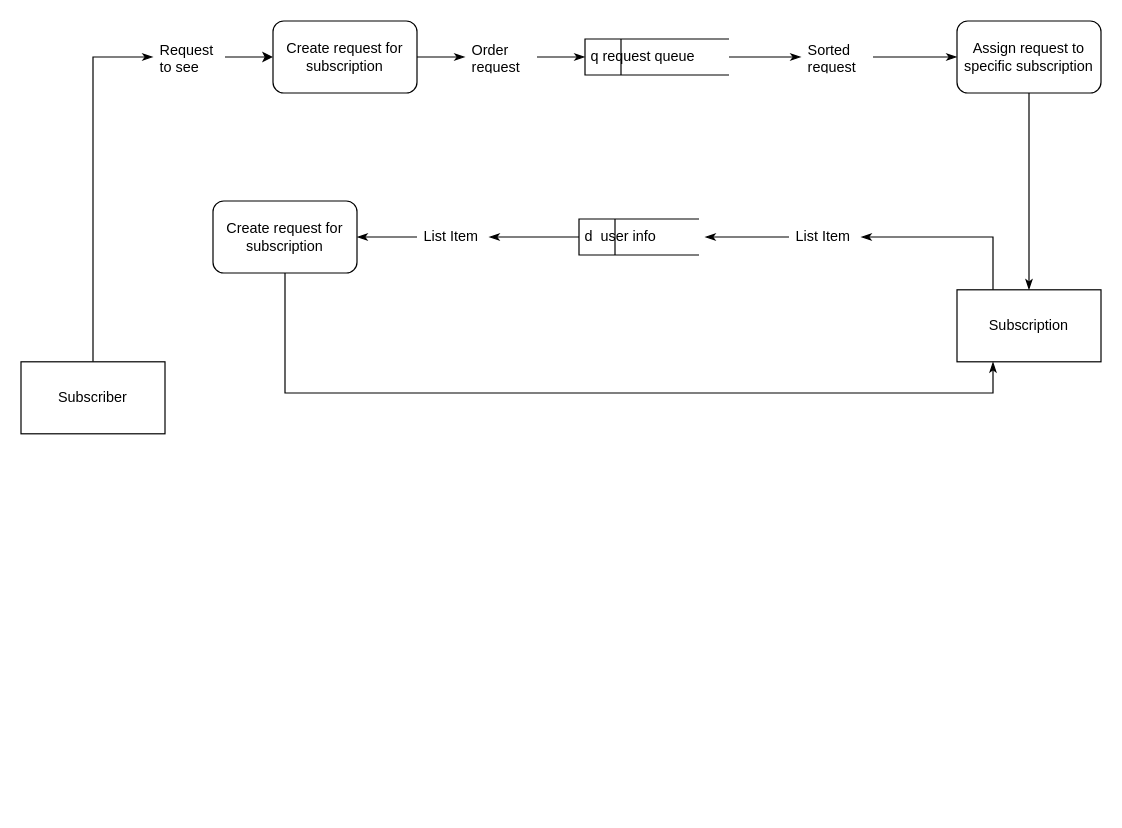
Earlier version of the draw.io diagram Untitled Diagram.drawio (harakiriboy/testrepo). Source tidied: cells renumbered, new cells numbered last; positions are measured from the earlier drawing's top-left corner, leaving out a move shared by most shapes. Both pictures are drawn from the tidied source at 120%, with x=0, y=0 at pixel (20, 20).
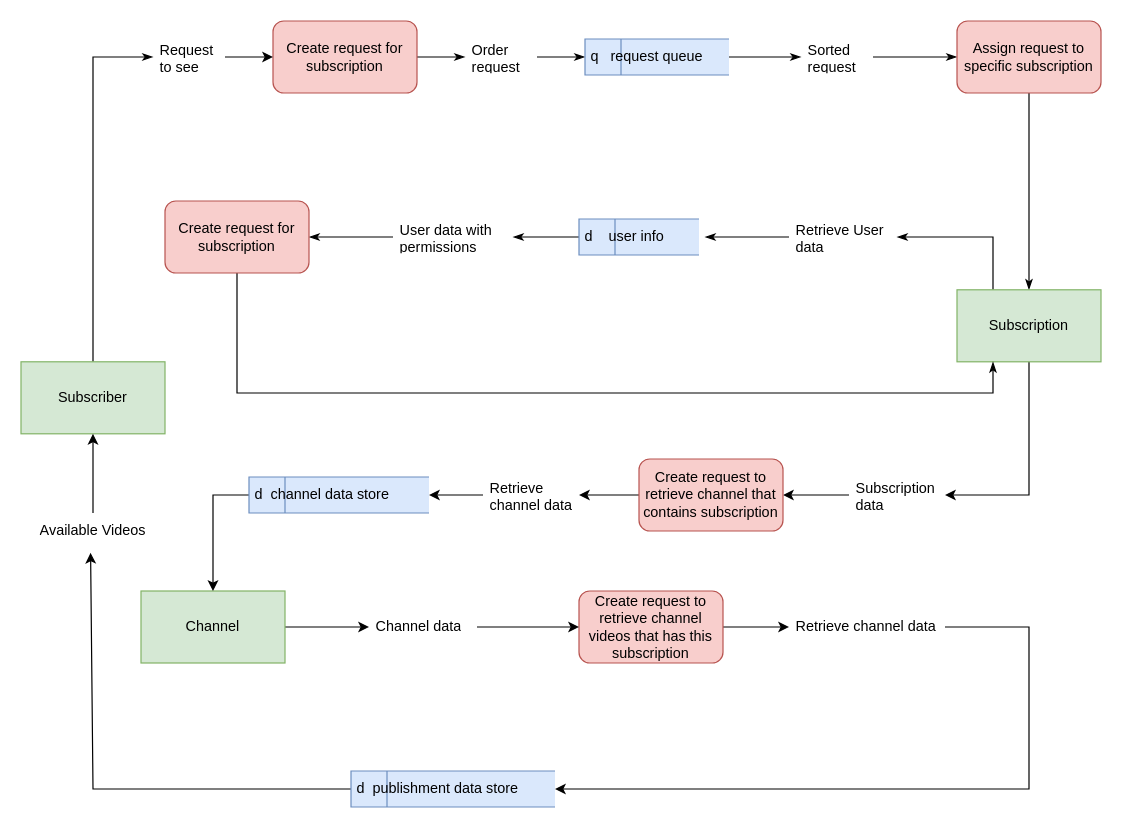
After the change.

The edit, as a diff of the source:
```diff
@@
-    <mxCell id="3" value="Subscriber" style="rounded=0;whiteSpace=wrap;html=1;" parent="1" vertex="1">
+    <mxCell id="3" value="Subscriber" style="rounded=0;whiteSpace=wrap;html=1;fillColor=#d5e8d4;strokeColor=#82b366;" parent="1" vertex="1">
       <mxGeometry y="284" width="120" height="60" as="geometry" />
     </mxCell>
@@
-    <mxCell id="5" value="Create request for subscription" style="rounded=1;whiteSpace=wrap;html=1;" parent="1" vertex="1">
+    <mxCell id="5" value="Create request for subscription" style="rounded=1;whiteSpace=wrap;html=1;fillColor=#f8cecc;strokeColor=#b85450;" parent="1" vertex="1">
       <mxGeometry x="210" width="120" height="60" as="geometry" />
     </mxCell>
@@
-    <mxCell id="13" value="q&lt;span style=&quot;white-space: pre;&quot;&gt; &lt;/span&gt;request queue" style="html=1;dashed=0;whitespace=wrap;shape=mxgraph.dfd.dataStoreID;align=left;spacingLeft=3;points=[[0,0],[0.5,0],[1,0],[0,0.5],[1,0.5],[0,1],[0.5,1],[1,1]];" parent="1" vertex="1">
+    <mxCell id="13" value="q&lt;span style=&quot;white-space: pre;&quot;&gt; &lt;span style=&quot;white-space: pre;&quot;&gt; &lt;/span&gt; &lt;/span&gt;request queue" style="html=1;dashed=0;whitespace=wrap;shape=mxgraph.dfd.dataStoreID;align=left;spacingLeft=3;points=[[0,0],[0.5,0],[1,0],[0,0.5],[1,0.5],[0,1],[0.5,1],[1,1]];fillColor=#dae8fc;strokeColor=#6c8ebf;" parent="1" vertex="1">
       <mxGeometry x="470" y="15" width="120" height="30" as="geometry" />
     </mxCell>
@@
-    <mxCell id="15" value="Assign request to specific subscription" style="rounded=1;whiteSpace=wrap;html=1;" parent="1" vertex="1">
+    <mxCell id="15" value="Assign request to specific subscription" style="rounded=1;whiteSpace=wrap;html=1;fillColor=#f8cecc;strokeColor=#b85450;" parent="1" vertex="1">
       <mxGeometry x="780" width="120" height="60" as="geometry" />
     </mxCell>
@@
+    <mxCell id="26" style="edgeStyle=orthogonalEdgeStyle;rounded=0;jettySize=auto;html=1;entryX=1;entryY=0.5;entryDx=0;entryDy=0;" parent="1" edge="1" source="17" target="30">
+      <mxGeometry relative="1" as="geometry" />
+    </mxCell>
-    <mxCell id="17" value="Subscription" style="rounded=0;whiteSpace=wrap;html=1;" parent="1" vertex="1">
+    <mxCell id="17" value="Subscription" style="rounded=0;whiteSpace=wrap;html=1;fillColor=#d5e8d4;strokeColor=#82b366;" parent="1" vertex="1">
       <mxGeometry x="780" y="224" width="120" height="60" as="geometry" />
     </mxCell>
@@
-    <mxCell id="19" value="List Item" style="text;strokeColor=none;fillColor=none;align=left;verticalAlign=middle;spacingLeft=4;spacingRight=4;overflow=hidden;points=[[0,0.5],[1,0.5]];portConstraint=eastwest;whiteSpace=wrap;html=1;" parent="1" vertex="1">
-      <mxGeometry x="640" y="165" width="60" height="30" as="geometry" />
+    <mxCell id="19" value="Retrieve User data" style="text;strokeColor=none;fillColor=none;align=left;verticalAlign=middle;spacingLeft=4;spacingRight=4;overflow=hidden;points=[[0,0.5],[1,0.5]];portConstraint=eastwest;whiteSpace=wrap;html=1;" parent="1" vertex="1">
+      <mxGeometry x="640" y="165" width="90" height="30" as="geometry" />
     </mxCell>
@@
-    <mxCell id="21" value="d&lt;span style=&quot;white-space: pre;&quot;&gt; &lt;/span&gt;&amp;nbsp;user info" style="html=1;dashed=0;whitespace=wrap;shape=mxgraph.dfd.dataStoreID;align=left;spacingLeft=3;points=[[0,0],[0.5,0],[1,0],[0,0.5],[1,0.5],[0,1],[0.5,1],[1,1]];" parent="1" vertex="1">
+    <mxCell id="21" value="d&lt;span style=&quot;white-space: pre;&quot;&gt; &lt;/span&gt;&amp;nbsp;&lt;span style=&quot;white-space: pre;&quot;&gt; &lt;/span&gt;&amp;nbsp;user info" style="html=1;dashed=0;whitespace=wrap;shape=mxgraph.dfd.dataStoreID;align=left;spacingLeft=3;points=[[0,0],[0.5,0],[1,0],[0,0.5],[1,0.5],[0,1],[0.5,1],[1,1]];fillColor=#dae8fc;strokeColor=#6c8ebf;" parent="1" vertex="1">
       <mxGeometry x="465" y="165" width="100" height="30" as="geometry" />
     </mxCell>
@@
-    <mxCell id="23" value="List Item" style="text;strokeColor=none;fillColor=none;align=left;verticalAlign=middle;spacingLeft=4;spacingRight=4;overflow=hidden;points=[[0,0.5],[1,0.5]];portConstraint=eastwest;whiteSpace=wrap;html=1;" parent="1" vertex="1">
-      <mxGeometry x="330" y="165" width="60" height="30" as="geometry" />
+    <mxCell id="23" value="User data with permissions" style="text;strokeColor=none;fillColor=none;align=left;verticalAlign=middle;spacingLeft=4;spacingRight=4;overflow=hidden;points=[[0,0.5],[1,0.5]];portConstraint=eastwest;whiteSpace=wrap;html=1;" parent="1" vertex="1">
+      <mxGeometry x="310" y="165" width="100" height="30" as="geometry" />
     </mxCell>
     <mxCell id="24" style="edgeStyle=none;rounded=0;jettySize=auto;html=1;endArrow=classicThin;endFill=1;elbow=vertical;entryX=0.25;entryY=1;entryDx=0;entryDy=0;" parent="1" edge="1" source="25" target="17">
       <mxGeometry relative="1" as="geometry">
         <Array as="points">
-          <mxPoint x="220" y="310" />
+          <mxPoint x="180" y="310" />
           <mxPoint x="810" y="310" />
         </Array>
       </mxGeometry>
     </mxCell>
-    <mxCell id="25" value="Create request for subscription" style="rounded=1;whiteSpace=wrap;html=1;" parent="1" vertex="1">
-      <mxGeometry x="160" y="150" width="120" height="60" as="geometry" />
+    <mxCell id="25" value="Create request for subscription" style="rounded=1;whiteSpace=wrap;html=1;fillColor=#f8cecc;strokeColor=#b85450;" parent="1" vertex="1">
+      <mxGeometry x="120" y="150" width="120" height="60" as="geometry" />
     </mxCell>
+    <mxCell id="27" style="edgeStyle=none;rounded=0;jettySize=auto;html=1;entryX=0;entryY=0.5;entryDx=0;entryDy=0;exitX=0;exitY=0.5;exitDx=0;exitDy=0;" parent="1" edge="1" source="28" target="42">
+      <mxGeometry relative="1" as="geometry" />
+    </mxCell>
+    <mxCell id="28" value="Channel" style="rounded=0;whiteSpace=wrap;html=1;fillColor=#d5e8d4;strokeColor=#82b366;" parent="1" vertex="1">
+      <mxGeometry x="100" y="475" width="120" height="60" as="geometry" />
+    </mxCell>
+    <mxCell id="29" style="edgeStyle=none;rounded=0;jettySize=auto;html=1;entryX=1;entryY=0.5;entryDx=0;entryDy=0;" parent="1" edge="1" source="30" target="32">
+      <mxGeometry relative="1" as="geometry" />
+    </mxCell>
+    <mxCell id="30" value="Subscription data" style="text;strokeColor=none;fillColor=none;align=left;verticalAlign=middle;spacingLeft=4;spacingRight=4;overflow=hidden;points=[[0,0.5],[1,0.5]];portConstraint=eastwest;whiteSpace=wrap;html=1;" parent="1" vertex="1">
+      <mxGeometry x="690" y="380" width="80" height="30" as="geometry" />
+    </mxCell>
+    <mxCell id="31" style="rounded=0;jettySize=auto;html=1;entryX=1;entryY=0.5;entryDx=0;entryDy=0;" parent="1" edge="1" source="32" target="38">
+      <mxGeometry relative="1" as="geometry" />
+    </mxCell>
+    <mxCell id="32" value="Create request to retrieve channel that contains subscription" style="rounded=1;whiteSpace=wrap;html=1;fillColor=#f8cecc;strokeColor=#b85450;" parent="1" vertex="1">
+      <mxGeometry x="515" y="365" width="120" height="60" as="geometry" />
+    </mxCell>
+    <mxCell id="33" style="rounded=0;jettySize=auto;html=1;entryX=0.5;entryY=0;entryDx=0;entryDy=0;exitX=0;exitY=0.5;exitDx=0;exitDy=0;" parent="1" edge="1" source="34" target="28">
+      <mxGeometry relative="1" as="geometry">
+        <Array as="points">
+          <mxPoint x="160" y="395" />
+        </Array>
+      </mxGeometry>
+    </mxCell>
+    <mxCell id="34" value="d&lt;span style=&quot;white-space: pre;&quot;&gt; &lt;/span&gt;&amp;nbsp;channel data store" style="html=1;dashed=0;whitespace=wrap;shape=mxgraph.dfd.dataStoreID;align=left;spacingLeft=3;points=[[0,0],[0.5,0],[1,0],[0,0.5],[1,0.5],[0,1],[0.5,1],[1,1]];fillColor=#dae8fc;strokeColor=#6c8ebf;" parent="1" vertex="1">
+      <mxGeometry x="190" y="380" width="150" height="30" as="geometry" />
+    </mxCell>
+    <mxCell id="35" style="edgeStyle=none;rounded=0;jettySize=auto;html=1;exitX=0;exitY=0.5;exitDx=0;exitDy=0;entryX=0.48;entryY=1.107;entryDx=0;entryDy=0;entryPerimeter=0;" parent="1" edge="1" source="36" target="46">
+      <mxGeometry relative="1" as="geometry">
+        <Array as="points">
+          <mxPoint x="60" y="640" />
+        </Array>
+      </mxGeometry>
+    </mxCell>
+    <mxCell id="36" value="d&lt;span style=&quot;white-space: pre;&quot;&gt; &lt;/span&gt;&amp;nbsp;publishment data store" style="html=1;dashed=0;whitespace=wrap;shape=mxgraph.dfd.dataStoreID;align=left;spacingLeft=3;points=[[0,0],[0.5,0],[1,0],[0,0.5],[1,0.5],[0,1],[0.5,1],[1,1]];fillColor=#dae8fc;strokeColor=#6c8ebf;" parent="1" vertex="1">
+      <mxGeometry x="275" y="625" width="170" height="30" as="geometry" />
+    </mxCell>
+    <mxCell id="37" style="edgeStyle=orthogonalEdgeStyle;rounded=0;jettySize=auto;html=1;entryX=1;entryY=0.5;entryDx=0;entryDy=0;" parent="1" edge="1" source="38" target="34">
+      <mxGeometry relative="1" as="geometry" />
+    </mxCell>
+    <mxCell id="38" value="Retrieve channel data" style="text;strokeColor=none;fillColor=none;align=left;verticalAlign=middle;spacingLeft=4;spacingRight=4;overflow=hidden;points=[[0,0.5],[1,0.5]];portConstraint=eastwest;whiteSpace=wrap;html=1;" parent="1" vertex="1">
+      <mxGeometry x="385" y="380" width="80" height="30" as="geometry" />
+    </mxCell>
+    <mxCell id="39" style="rounded=0;jettySize=auto;html=1;entryX=0;entryY=0.5;entryDx=0;entryDy=0;" parent="1" edge="1" source="40" target="44">
+      <mxGeometry relative="1" as="geometry" />
+    </mxCell>
+    <mxCell id="40" value="Create request to retrieve channel videos that has this subscription" style="rounded=1;whiteSpace=wrap;html=1;fillColor=#f8cecc;strokeColor=#b85450;" parent="1" vertex="1">
+      <mxGeometry x="465" y="475" width="120" height="60" as="geometry" />
+    </mxCell>
+    <mxCell id="41" style="edgeStyle=none;rounded=0;jettySize=auto;html=1;entryX=0;entryY=0.5;entryDx=0;entryDy=0;" parent="1" edge="1" source="42" target="40">
+      <mxGeometry relative="1" as="geometry" />
+    </mxCell>
+    <mxCell id="42" value="Channel data" style="text;strokeColor=none;fillColor=none;align=left;verticalAlign=middle;spacingLeft=4;spacingRight=4;overflow=hidden;points=[[0,0.5],[1,0.5]];portConstraint=eastwest;whiteSpace=wrap;html=1;" parent="1" vertex="1">
+      <mxGeometry x="290" y="490" width="90" height="30" as="geometry" />
+    </mxCell>
+    <mxCell id="43" style="edgeStyle=none;rounded=0;jettySize=auto;html=1;entryX=1;entryY=0.5;entryDx=0;entryDy=0;exitX=1;exitY=0.5;exitDx=0;exitDy=0;" parent="1" edge="1" source="44" target="36">
+      <mxGeometry relative="1" as="geometry">
+        <Array as="points">
+          <mxPoint x="840" y="505" />
+          <mxPoint x="840" y="640" />
+        </Array>
+      </mxGeometry>
+    </mxCell>
+    <mxCell id="44" value="Retrieve channel data" style="text;strokeColor=none;fillColor=none;align=left;verticalAlign=middle;spacingLeft=4;spacingRight=4;overflow=hidden;points=[[0,0.5],[1,0.5]];portConstraint=eastwest;whiteSpace=wrap;html=1;" parent="1" vertex="1">
+      <mxGeometry x="640" y="490" width="130" height="30" as="geometry" />
+    </mxCell>
+    <mxCell id="45" style="edgeStyle=none;rounded=0;jettySize=auto;html=1;entryX=0.5;entryY=1;entryDx=0;entryDy=0;" parent="1" edge="1" source="46" target="3">
+      <mxGeometry relative="1" as="geometry" />
+    </mxCell>
+    <mxCell id="46" value="Available Videos" style="text;strokeColor=none;fillColor=none;align=left;verticalAlign=middle;spacingLeft=4;spacingRight=4;overflow=hidden;points=[[0,0.5],[1,0.5]];portConstraint=eastwest;whiteSpace=wrap;html=1;" parent="1" vertex="1">
+      <mxGeometry x="10" y="410" width="100" height="30" as="geometry" />
+    </mxCell>
```
